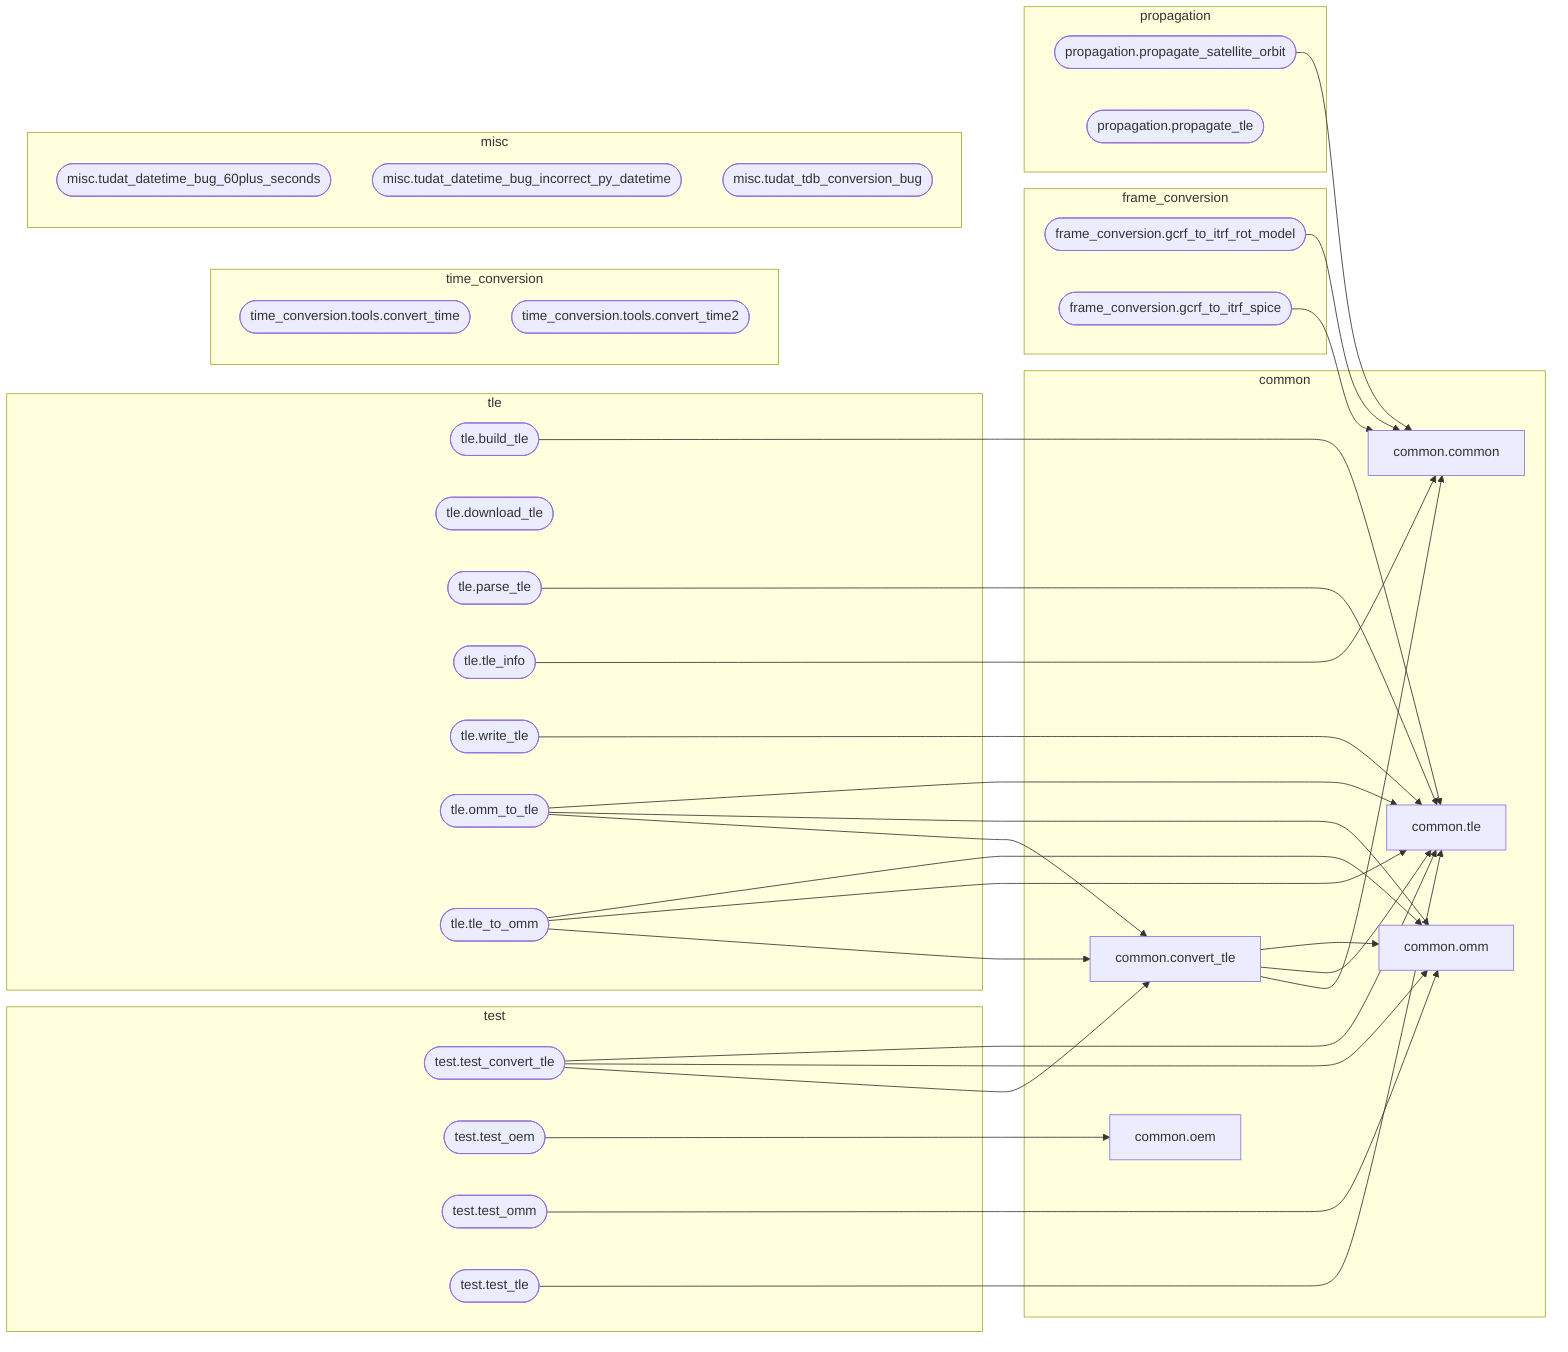
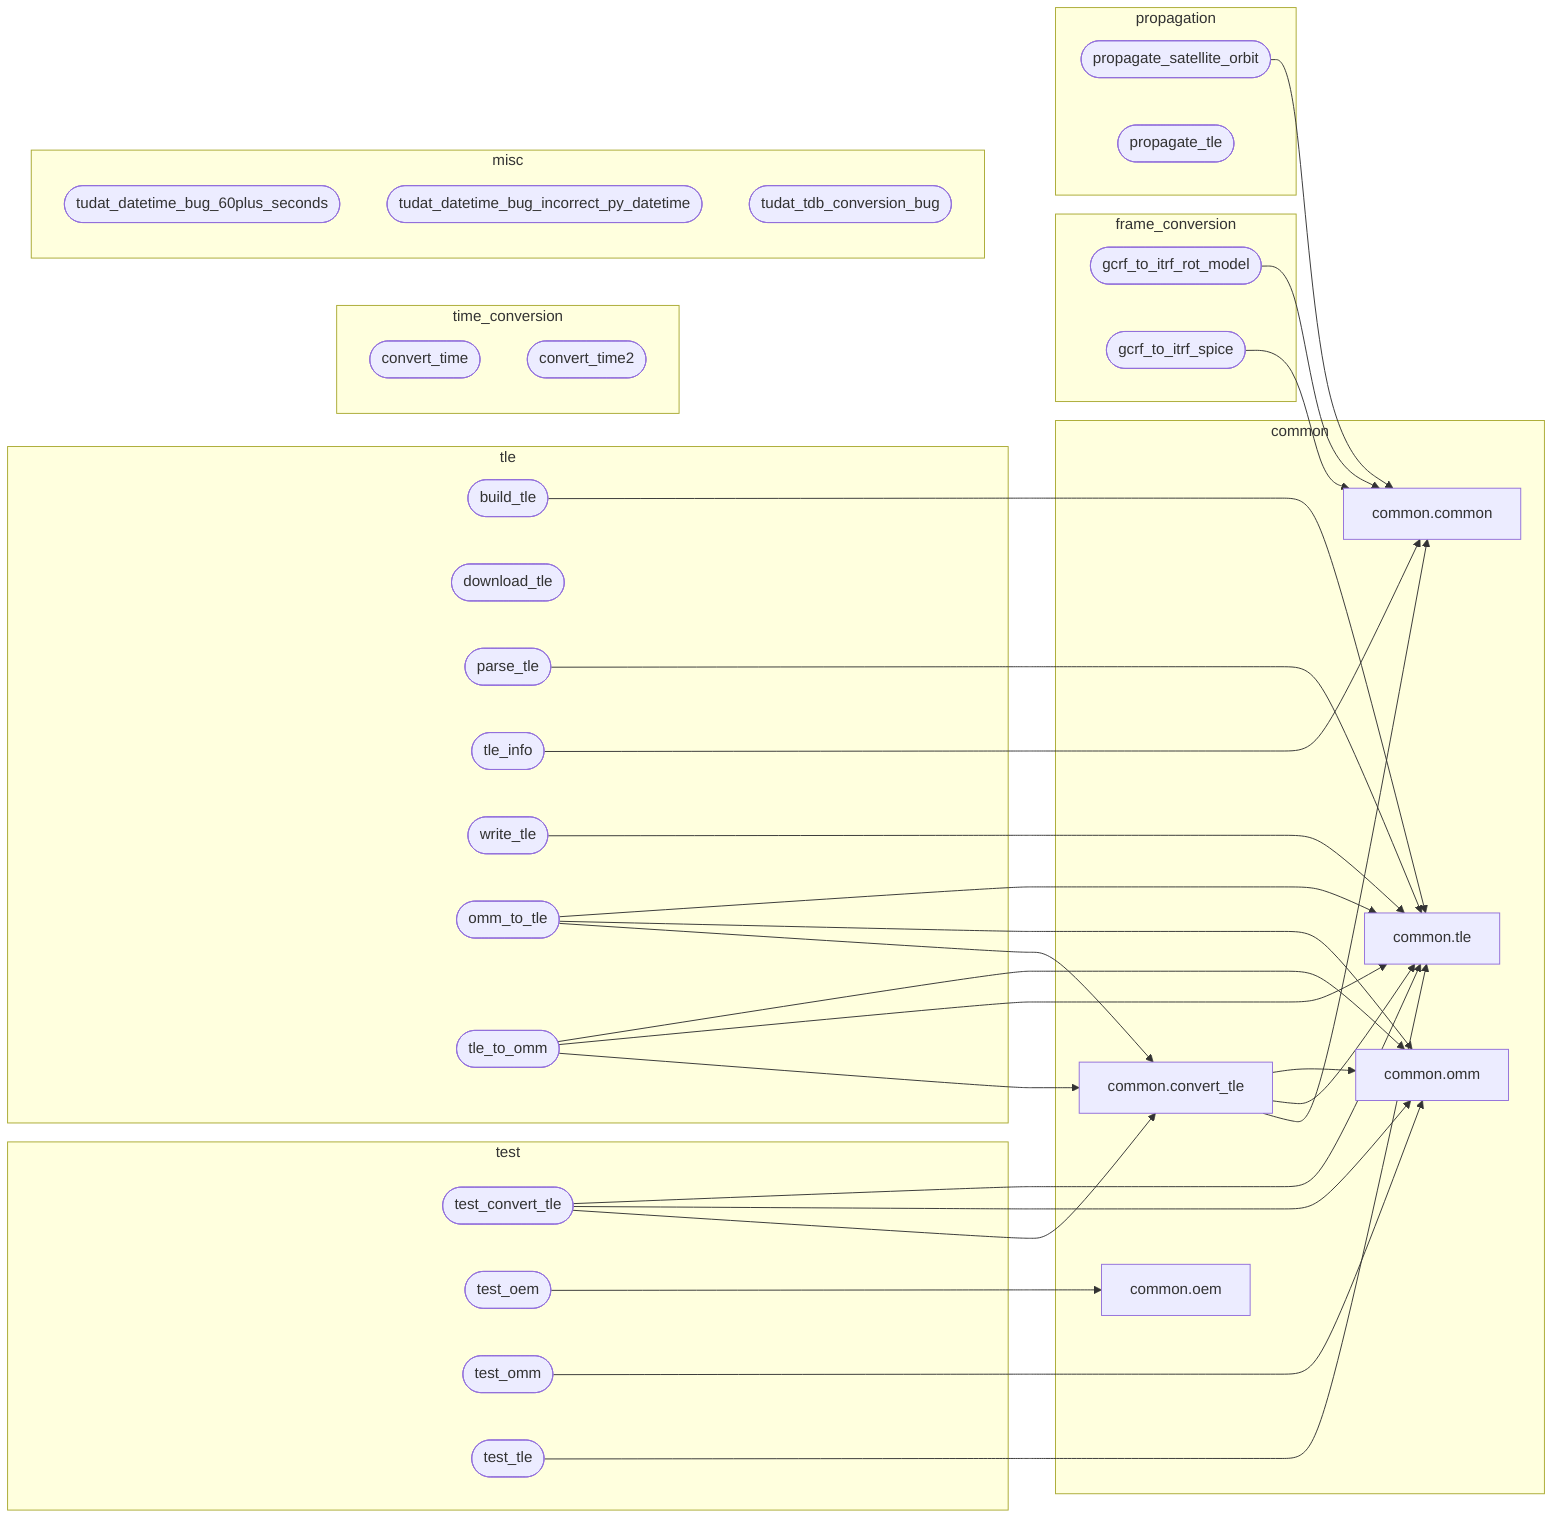
---
config:
  flowchart:
    curve: basis
---
graph LR

%% Internal Python module dependencies
%% Standalone scripts use stadium shape ([...])
%% Library modules use default rectangle shape [...]

    subgraph common
        mod_common_common[common.common]
        mod_common_oem[common.oem]
        mod_common_tle[common.tle]
        mod_common_omm[common.omm]
        mod_common_convert_tle[common.convert_tle]
    end

    subgraph frame_conversion
-         mod_frame_conversion_gcrf_to_itrf_rot_model([frame_conversion.gcrf_to_itrf_rot_model])
-         mod_frame_conversion_gcrf_to_itrf_spice([frame_conversion.gcrf_to_itrf_spice])
+         mod_frame_conversion_gcrf_to_itrf_rot_model([gcrf_to_itrf_rot_model])
+         mod_frame_conversion_gcrf_to_itrf_spice([gcrf_to_itrf_spice])
    end

    subgraph propagation
-         mod_propagation_propagate_satellite_orbit([propagation.propagate_satellite_orbit])
-         mod_propagation_propagate_tle([propagation.propagate_tle])
+         mod_propagation_propagate_satellite_orbit([propagate_satellite_orbit])
+         mod_propagation_propagate_tle([propagate_tle])
    end

    subgraph tle
-         mod_tle_build_tle([tle.build_tle])
-         mod_tle_download_tle([tle.download_tle])
-         mod_tle_parse_tle([tle.parse_tle])
-         mod_tle_tle_info([tle.tle_info])
-         mod_tle_write_tle([tle.write_tle])
-         mod_tle_omm_to_tle([tle.omm_to_tle])
-         mod_tle_tle_to_omm([tle.tle_to_omm])
+         mod_tle_build_tle([build_tle])
+         mod_tle_download_tle([download_tle])
+         mod_tle_parse_tle([parse_tle])
+         mod_tle_tle_info([tle_info])
+         mod_tle_write_tle([write_tle])
+         mod_tle_omm_to_tle([omm_to_tle])
+         mod_tle_tle_to_omm([tle_to_omm])
    end

    subgraph test
-         mod_test_test_convert_tle([test.test_convert_tle])
-         mod_test_test_oem([test.test_oem])
-         mod_test_test_omm([test.test_omm])
-         mod_test_test_tle([test.test_tle])
+         mod_test_test_convert_tle([test_convert_tle])
+         mod_test_test_oem([test_oem])
+         mod_test_test_omm([test_omm])
+         mod_test_test_tle([test_tle])
    end

    subgraph time_conversion
-         mod_time_conversion_tools_convert_time([time_conversion.tools.convert_time])
-         mod_time_conversion_tools_convert_time2([time_conversion.tools.convert_time2])
+         mod_time_conversion_tools_convert_time([convert_time])
+         mod_time_conversion_tools_convert_time2([convert_time2])
    end

    subgraph misc
-         mod_misc_tudat_datetime_bug_60plus_seconds([misc.tudat_datetime_bug_60plus_seconds])
-         mod_misc_tudat_datetime_bug_incorrect_py_datetime([misc.tudat_datetime_bug_incorrect_py_datetime])
-         mod_misc_tudat_tdb_conversion_bug([misc.tudat_tdb_conversion_bug])
+         mod_misc_tudat_datetime_bug_60plus_seconds([tudat_datetime_bug_60plus_seconds])
+         mod_misc_tudat_datetime_bug_incorrect_py_datetime([tudat_datetime_bug_incorrect_py_datetime])
+         mod_misc_tudat_tdb_conversion_bug([tudat_tdb_conversion_bug])
    end

    %% Edges
    mod_common_convert_tle --> mod_common_common
    mod_common_convert_tle --> mod_common_tle
    mod_common_convert_tle --> mod_common_omm
    mod_frame_conversion_gcrf_to_itrf_rot_model --> mod_common_common
    mod_frame_conversion_gcrf_to_itrf_spice --> mod_common_common
    mod_propagation_propagate_satellite_orbit --> mod_common_common
    mod_test_test_convert_tle --> mod_common_convert_tle
    mod_test_test_convert_tle --> mod_common_omm
    mod_test_test_convert_tle --> mod_common_tle
    mod_test_test_oem --> mod_common_oem
    mod_test_test_omm --> mod_common_omm
    mod_test_test_tle --> mod_common_tle
    mod_tle_build_tle --> mod_common_tle
    mod_tle_omm_to_tle --> mod_common_convert_tle
    mod_tle_omm_to_tle --> mod_common_omm
    mod_tle_omm_to_tle --> mod_common_tle
    mod_tle_parse_tle --> mod_common_tle
    mod_tle_tle_info --> mod_common_common
    mod_tle_tle_to_omm --> mod_common_convert_tle
    mod_tle_tle_to_omm --> mod_common_tle
    mod_tle_tle_to_omm --> mod_common_omm
    mod_tle_write_tle --> mod_common_tle
